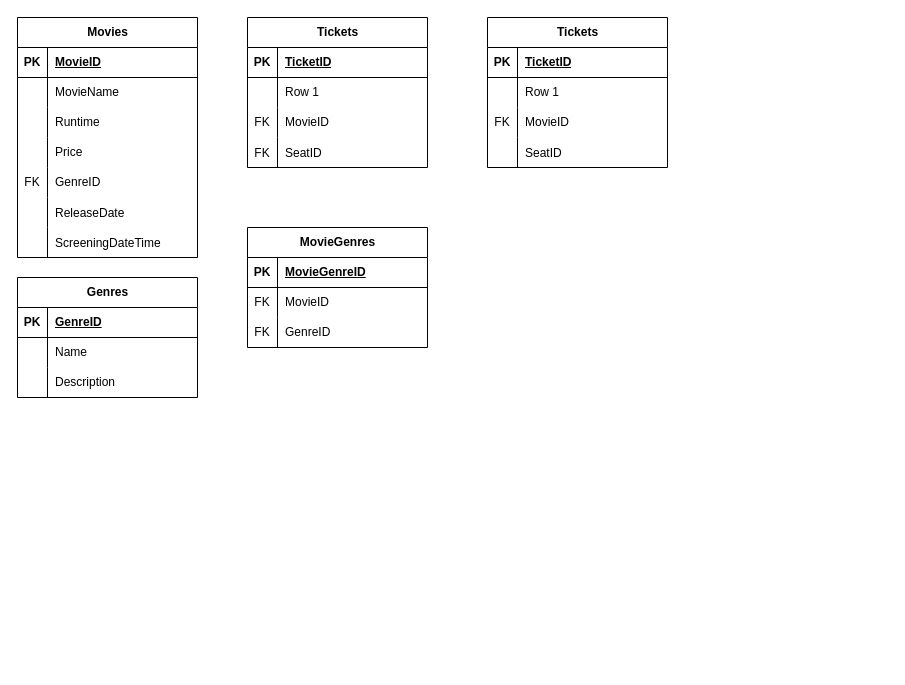
Above: erd/CineWave.drawio in pitzzahh/CineWave (draw.io), before the change. Source tidied: cells renumbered, new cells numbered last; positions are measured from the earlier drawing's top-left corner, leaving out a move shared by most shapes. Both pictures are drawn from the tidied source at 100%, with x=0, y=0 at pixel (17, 17).
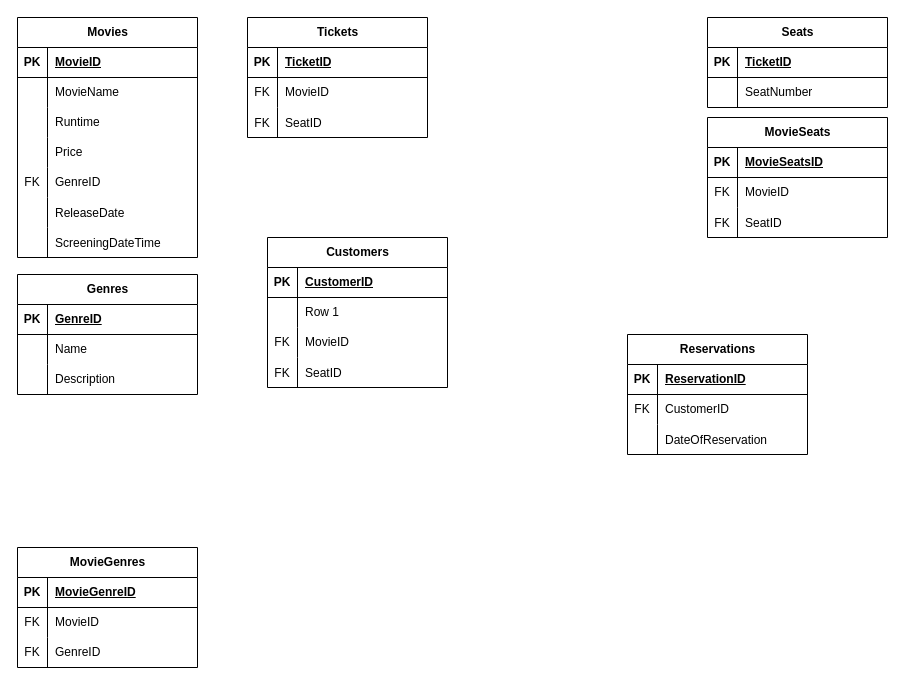
The same diagram, later.

Unchanged cells that the change refers to:
```xml
<mxCell id="61" style="shape=tableRow;horizontal=0;startSize=0;swimlaneHead=0;swimlaneBody=0;fillColor=none;top=0;left=0;right=0;bottom=0;" parent="57" vertex="1">
  <mxGeometry y="60" width="180" height="30" as="geometry" />
</mxCell>
```

Change to the diagram source:
```diff
@@
     <mxCell id="24" value="Genres" style="shape=table;startSize=30;childLayout=tableLayout;rowLines=0;fontStyle=1;align=center;html=1;" parent="1" vertex="1">
-      <mxGeometry y="260" width="180" height="120" as="geometry" />
+      <mxGeometry y="257" width="180" height="120" as="geometry" />
     </mxCell>
@@
     <mxCell id="34" value="MovieGenres" style="shape=table;startSize=30;childLayout=tableLayout;rowLines=0;fontStyle=1;align=center;html=1;" parent="1" vertex="1">
-      <mxGeometry x="230" y="210" width="180" height="120" as="geometry" />
+      <mxGeometry y="530" width="180" height="120" as="geometry" />
     </mxCell>
@@
     <mxCell id="44" value="Tickets" style="shape=table;startSize=30;childLayout=tableLayout;rowLines=0;fontStyle=1;align=center;html=1;" parent="1" vertex="1">
-      <mxGeometry x="230" width="180" height="150" as="geometry" />
+      <mxGeometry x="230" width="180" height="120" as="geometry" />
     </mxCell>
@@
-    <mxCell id="48" style="shape=tableRow;horizontal=0;startSize=0;swimlaneHead=0;swimlaneBody=0;fillColor=none;top=0;left=0;right=0;bottom=0;" parent="44" vertex="1">
-      <mxGeometry y="60" width="180" height="30" as="geometry" />
-    </mxCell>
-    <mxCell id="49" style="shape=partialRectangle;fillColor=none;top=0;left=0;bottom=0;right=0;overflow=hidden;whiteSpace=wrap;html=1;" parent="48" vertex="1">
-      <mxGeometry width="30" height="30" as="geometry" />
-    </mxCell>
-    <mxCell id="50" value="Row 1" style="shape=partialRectangle;fillColor=none;top=0;left=0;bottom=0;right=0;align=left;spacingLeft=6;overflow=hidden;whiteSpace=wrap;html=1;" parent="48" vertex="1">
-      <mxGeometry x="30" width="150" height="30" as="geometry" />
-    </mxCell>
     <mxCell id="51" style="shape=tableRow;horizontal=0;startSize=0;swimlaneHead=0;swimlaneBody=0;fillColor=none;top=0;left=0;right=0;bottom=0;" parent="44" vertex="1">
-      <mxGeometry y="90" width="180" height="30" as="geometry" />
+      <mxGeometry y="60" width="180" height="30" as="geometry" />
     </mxCell>
@@
     <mxCell id="54" style="shape=tableRow;horizontal=0;startSize=0;swimlaneHead=0;swimlaneBody=0;fillColor=none;top=0;left=0;right=0;bottom=0;" parent="44" vertex="1">
-      <mxGeometry y="120" width="180" height="30" as="geometry" />
+      <mxGeometry y="90" width="180" height="30" as="geometry" />
     </mxCell>
@@
-    <mxCell id="57" value="Tickets" style="shape=table;startSize=30;childLayout=tableLayout;rowLines=0;fontStyle=1;align=center;html=1;" parent="1" vertex="1">
-      <mxGeometry x="470" width="180" height="150" as="geometry" />
+    <mxCell id="57" value="Seats" style="shape=table;startSize=30;childLayout=tableLayout;rowLines=0;fontStyle=1;align=center;html=1;" parent="1" vertex="1">
+      <mxGeometry x="690" width="180" height="90" as="geometry" />
     </mxCell>
@@
-    <mxCell id="63" value="Row 1" style="shape=partialRectangle;fillColor=none;top=0;left=0;bottom=0;right=0;align=left;spacingLeft=6;overflow=hidden;whiteSpace=wrap;html=1;" parent="61" vertex="1">
+    <mxCell id="63" value="SeatNumber" style="shape=partialRectangle;fillColor=none;top=0;left=0;bottom=0;right=0;align=left;spacingLeft=6;overflow=hidden;whiteSpace=wrap;html=1;" parent="61" vertex="1">
       <mxGeometry x="30" width="150" height="30" as="geometry" />
     </mxCell>
-    <mxCell id="64" style="shape=tableRow;horizontal=0;startSize=0;swimlaneHead=0;swimlaneBody=0;fillColor=none;top=0;left=0;right=0;bottom=0;" parent="57" vertex="1">
-      <mxGeometry y="90" width="180" height="30" as="geometry" />
-    </mxCell>
-    <mxCell id="65" value="FK" style="shape=partialRectangle;fillColor=none;top=0;left=0;bottom=0;right=0;fontStyle=0;overflow=hidden;whiteSpace=wrap;html=1;" parent="64" vertex="1">
-      <mxGeometry width="30" height="30" as="geometry" />
-    </mxCell>
-    <mxCell id="66" value="MovieID" style="shape=partialRectangle;fillColor=none;top=0;left=0;bottom=0;right=0;align=left;spacingLeft=6;fontStyle=0;overflow=hidden;whiteSpace=wrap;html=1;" parent="64" vertex="1">
-      <mxGeometry x="30" width="150" height="30" as="geometry" />
-    </mxCell>
+    <mxCell id="70" value="MovieSeats" style="shape=table;startSize=30;childLayout=tableLayout;rowLines=0;fontStyle=1;align=center;html=1;" parent="1" vertex="1">
+      <mxGeometry x="690" y="100" width="180" height="120" as="geometry" />
+    </mxCell>
+    <mxCell id="71" style="shape=tableRow;horizontal=0;startSize=0;swimlaneHead=0;swimlaneBody=0;fillColor=none;top=0;left=0;right=0;bottom=1;" parent="70" vertex="1">
+      <mxGeometry y="30" width="180" height="30" as="geometry" />
+    </mxCell>
+    <mxCell id="72" value="PK" style="shape=partialRectangle;fillColor=none;top=0;left=0;bottom=0;right=0;fontStyle=1;overflow=hidden;whiteSpace=wrap;html=1;" parent="71" vertex="1">
+      <mxGeometry width="30" height="30" as="geometry" />
+    </mxCell>
+    <mxCell id="73" value="MovieSeatsID" style="shape=partialRectangle;fillColor=none;top=0;left=0;bottom=0;right=0;align=left;spacingLeft=6;fontStyle=5;overflow=hidden;whiteSpace=wrap;html=1;" parent="71" vertex="1">
+      <mxGeometry x="30" width="150" height="30" as="geometry" />
+    </mxCell>
+    <mxCell id="74" style="shape=tableRow;horizontal=0;startSize=0;swimlaneHead=0;swimlaneBody=0;fillColor=none;top=0;left=0;right=0;bottom=0;" parent="70" vertex="1">
+      <mxGeometry y="60" width="180" height="30" as="geometry" />
+    </mxCell>
+    <mxCell id="75" value="FK" style="shape=partialRectangle;fillColor=none;top=0;left=0;bottom=0;right=0;fontStyle=0;overflow=hidden;whiteSpace=wrap;html=1;" parent="74" vertex="1">
+      <mxGeometry width="30" height="30" as="geometry" />
+    </mxCell>
+    <mxCell id="76" value="MovieID" style="shape=partialRectangle;fillColor=none;top=0;left=0;bottom=0;right=0;align=left;spacingLeft=6;fontStyle=0;overflow=hidden;whiteSpace=wrap;html=1;" parent="74" vertex="1">
+      <mxGeometry x="30" width="150" height="30" as="geometry" />
+    </mxCell>
+    <mxCell id="77" style="shape=tableRow;horizontal=0;startSize=0;swimlaneHead=0;swimlaneBody=0;fillColor=none;top=0;left=0;right=0;bottom=0;" parent="70" vertex="1">
+      <mxGeometry y="90" width="180" height="30" as="geometry" />
+    </mxCell>
+    <mxCell id="78" value="FK" style="shape=partialRectangle;fillColor=none;top=0;left=0;bottom=0;right=0;overflow=hidden;" parent="77" vertex="1">
+      <mxGeometry width="30" height="30" as="geometry" />
+    </mxCell>
+    <mxCell id="79" value="SeatID" style="shape=partialRectangle;fillColor=none;top=0;left=0;bottom=0;right=0;align=left;spacingLeft=6;overflow=hidden;" parent="77" vertex="1">
+      <mxGeometry x="30" width="150" height="30" as="geometry" />
+    </mxCell>
+    <mxCell id="80" value="Reservations" style="shape=table;startSize=30;childLayout=tableLayout;rowLines=0;fontStyle=1;align=center;html=1;" parent="1" vertex="1">
+      <mxGeometry x="610" y="317" width="180" height="120" as="geometry" />
+    </mxCell>
+    <mxCell id="81" style="shape=tableRow;horizontal=0;startSize=0;swimlaneHead=0;swimlaneBody=0;fillColor=none;top=0;left=0;right=0;bottom=1;" parent="80" vertex="1">
+      <mxGeometry y="30" width="180" height="30" as="geometry" />
+    </mxCell>
+    <mxCell id="82" value="PK" style="shape=partialRectangle;fillColor=none;top=0;left=0;bottom=0;right=0;fontStyle=1;overflow=hidden;whiteSpace=wrap;html=1;" parent="81" vertex="1">
+      <mxGeometry width="30" height="30" as="geometry" />
+    </mxCell>
+    <mxCell id="83" value="ReservationID" style="shape=partialRectangle;fillColor=none;top=0;left=0;bottom=0;right=0;align=left;spacingLeft=6;fontStyle=5;overflow=hidden;whiteSpace=wrap;html=1;" parent="81" vertex="1">
+      <mxGeometry x="30" width="150" height="30" as="geometry" />
+    </mxCell>
+    <mxCell id="84" style="shape=tableRow;horizontal=0;startSize=0;swimlaneHead=0;swimlaneBody=0;fillColor=none;top=0;left=0;right=0;bottom=0;" parent="80" vertex="1">
+      <mxGeometry y="60" width="180" height="30" as="geometry" />
+    </mxCell>
+    <mxCell id="85" value="FK" style="shape=partialRectangle;fillColor=none;top=0;left=0;bottom=0;right=0;fontStyle=0;overflow=hidden;whiteSpace=wrap;html=1;" parent="84" vertex="1">
+      <mxGeometry width="30" height="30" as="geometry" />
+    </mxCell>
+    <mxCell id="86" value="CustomerID" style="shape=partialRectangle;fillColor=none;top=0;left=0;bottom=0;right=0;align=left;spacingLeft=6;fontStyle=0;overflow=hidden;whiteSpace=wrap;html=1;" parent="84" vertex="1">
+      <mxGeometry x="30" width="150" height="30" as="geometry" />
+    </mxCell>
+    <mxCell id="87" style="shape=tableRow;horizontal=0;startSize=0;swimlaneHead=0;swimlaneBody=0;fillColor=none;top=0;left=0;right=0;bottom=0;" parent="80" vertex="1">
+      <mxGeometry y="90" width="180" height="30" as="geometry" />
+    </mxCell>
+    <mxCell id="68" style="shape=partialRectangle;fillColor=none;top=0;left=0;bottom=0;right=0;overflow=hidden;" parent="87" vertex="1">
+      <mxGeometry width="30" height="30" as="geometry" />
+    </mxCell>
+    <mxCell id="88" value="DateOfReservation" style="shape=partialRectangle;fillColor=none;top=0;left=0;bottom=0;right=0;align=left;spacingLeft=6;overflow=hidden;" parent="87" vertex="1">
+      <mxGeometry x="30" width="150" height="30" as="geometry" />
+    </mxCell>
+    <mxCell id="89" value="Customers" style="shape=table;startSize=30;childLayout=tableLayout;rowLines=0;fontStyle=1;align=center;html=1;" parent="1" vertex="1">
+      <mxGeometry x="250" y="220" width="180" height="150" as="geometry" />
+    </mxCell>
+    <mxCell id="90" style="shape=tableRow;horizontal=0;startSize=0;swimlaneHead=0;swimlaneBody=0;fillColor=none;top=0;left=0;right=0;bottom=1;" parent="89" vertex="1">
+      <mxGeometry y="30" width="180" height="30" as="geometry" />
+    </mxCell>
+    <mxCell id="91" value="PK" style="shape=partialRectangle;fillColor=none;top=0;left=0;bottom=0;right=0;fontStyle=1;overflow=hidden;whiteSpace=wrap;html=1;" parent="90" vertex="1">
+      <mxGeometry width="30" height="30" as="geometry" />
+    </mxCell>
+    <mxCell id="92" value="CustomerID" style="shape=partialRectangle;fillColor=none;top=0;left=0;bottom=0;right=0;align=left;spacingLeft=6;fontStyle=5;overflow=hidden;whiteSpace=wrap;html=1;" parent="90" vertex="1">
+      <mxGeometry x="30" width="150" height="30" as="geometry" />
+    </mxCell>
+    <mxCell id="93" style="shape=tableRow;horizontal=0;startSize=0;swimlaneHead=0;swimlaneBody=0;fillColor=none;top=0;left=0;right=0;bottom=0;" parent="89" vertex="1">
+      <mxGeometry y="60" width="180" height="30" as="geometry" />
+    </mxCell>
+    <mxCell id="49" style="shape=partialRectangle;fillColor=none;top=0;left=0;bottom=0;right=0;overflow=hidden;whiteSpace=wrap;html=1;" parent="93" vertex="1">
+      <mxGeometry width="30" height="30" as="geometry" />
+    </mxCell>
+    <mxCell id="50" value="Row 1" style="shape=partialRectangle;fillColor=none;top=0;left=0;bottom=0;right=0;align=left;spacingLeft=6;overflow=hidden;whiteSpace=wrap;html=1;" parent="93" vertex="1">
+      <mxGeometry x="30" width="150" height="30" as="geometry" />
+    </mxCell>
+    <mxCell id="94" style="shape=tableRow;horizontal=0;startSize=0;swimlaneHead=0;swimlaneBody=0;fillColor=none;top=0;left=0;right=0;bottom=0;" parent="89" vertex="1">
+      <mxGeometry y="90" width="180" height="30" as="geometry" />
+    </mxCell>
+    <mxCell id="95" value="FK" style="shape=partialRectangle;fillColor=none;top=0;left=0;bottom=0;right=0;fontStyle=0;overflow=hidden;whiteSpace=wrap;html=1;" parent="94" vertex="1">
+      <mxGeometry width="30" height="30" as="geometry" />
+    </mxCell>
+    <mxCell id="96" value="MovieID" style="shape=partialRectangle;fillColor=none;top=0;left=0;bottom=0;right=0;align=left;spacingLeft=6;fontStyle=0;overflow=hidden;whiteSpace=wrap;html=1;" parent="94" vertex="1">
+      <mxGeometry x="30" width="150" height="30" as="geometry" />
+    </mxCell>
-    <mxCell id="67" style="shape=tableRow;horizontal=0;startSize=0;swimlaneHead=0;swimlaneBody=0;fillColor=none;top=0;left=0;right=0;bottom=0;" parent="57" vertex="1">
+    <mxCell id="67" style="shape=tableRow;horizontal=0;startSize=0;swimlaneHead=0;swimlaneBody=0;fillColor=none;top=0;left=0;right=0;bottom=0;" parent="89" vertex="1">
       <mxGeometry y="120" width="180" height="30" as="geometry" />
     </mxCell>
-    <mxCell id="68" style="shape=partialRectangle;fillColor=none;top=0;left=0;bottom=0;right=0;overflow=hidden;" parent="67" vertex="1">
-      <mxGeometry width="30" height="30" as="geometry" />
-    </mxCell>
-    <mxCell id="69" value="SeatID" style="shape=partialRectangle;fillColor=none;top=0;left=0;bottom=0;right=0;align=left;spacingLeft=6;overflow=hidden;" parent="67" vertex="1">
-      <mxGeometry x="30" width="150" height="30" as="geometry" />
-    </mxCell>
+    <mxCell id="97" value="FK" style="shape=partialRectangle;fillColor=none;top=0;left=0;bottom=0;right=0;overflow=hidden;" parent="67" vertex="1">
+      <mxGeometry width="30" height="30" as="geometry" />
+    </mxCell>
+    <mxCell id="98" value="SeatID" style="shape=partialRectangle;fillColor=none;top=0;left=0;bottom=0;right=0;align=left;spacingLeft=6;overflow=hidden;" parent="67" vertex="1">
+      <mxGeometry x="30" width="150" height="30" as="geometry" />
+    </mxCell>
```
